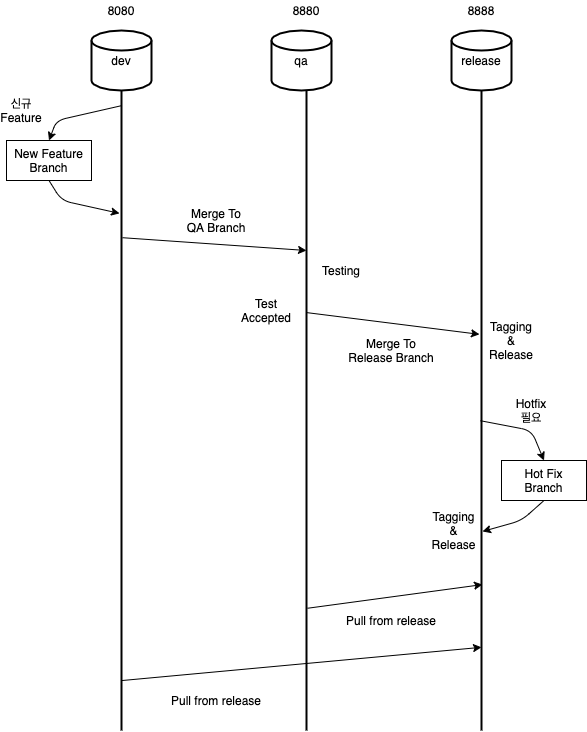
Earlier version of the draw.io export Git Flow.png (yoowonyoung/intellij). Source tidied: cells renumbered, new cells last; positions are measured from the earlier drawing's top-left corner, leaving out a move shared by most shapes.
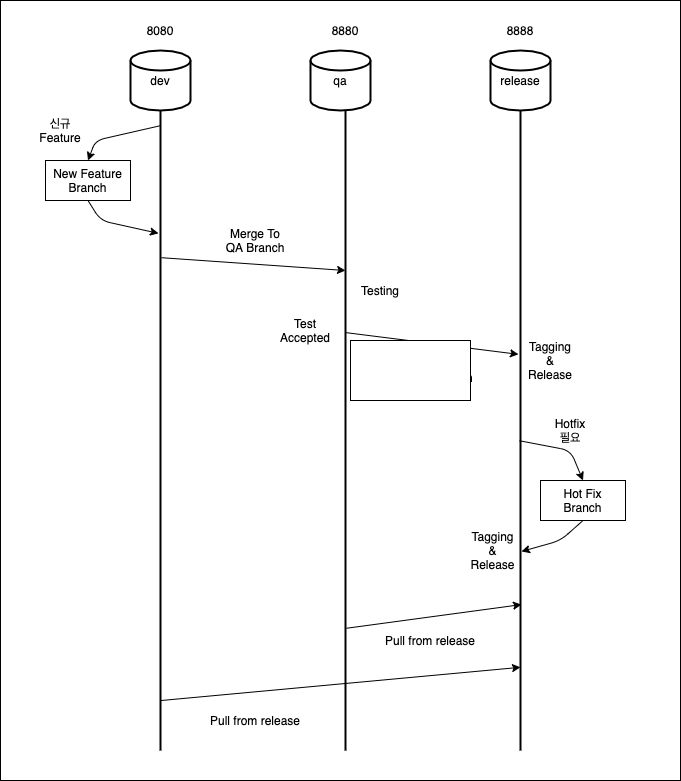
After the commit.

What changed in the source:
```diff
@@ -2,6 +2,9 @@
   <root>
     <mxCell id="0" />
     <mxCell id="1" parent="0" />
+    <mxCell id="31" style="rounded=0;whiteSpace=wrap;html=1;" parent="1" vertex="1">
+      <mxGeometry x="-40" y="-20" width="680" height="780" as="geometry" />
+    </mxCell>
     <mxCell id="2" value="dev" style="strokeWidth=2;html=1;shape=mxgraph.flowchart.database;whiteSpace=wrap;" parent="1" vertex="1">
       <mxGeometry x="90" y="30" width="60" height="60" as="geometry" />
     </mxCell>
@@ -105,5 +108,8 @@
     <mxCell id="30" value="Pull from release" style="text;html=1;strokeColor=none;fillColor=none;align=center;verticalAlign=middle;whiteSpace=wrap;rounded=0;" parent="1" vertex="1">
       <mxGeometry x="165" y="690" width="100" height="20" as="geometry" />
     </mxCell>
+    <mxCell id="32" style="rounded=0;whiteSpace=wrap;html=1;" parent="1" vertex="1">
+      <mxGeometry x="310" y="320" width="120" height="60" as="geometry" />
+    </mxCell>
   </root>
 </mxGraphModel>
```
